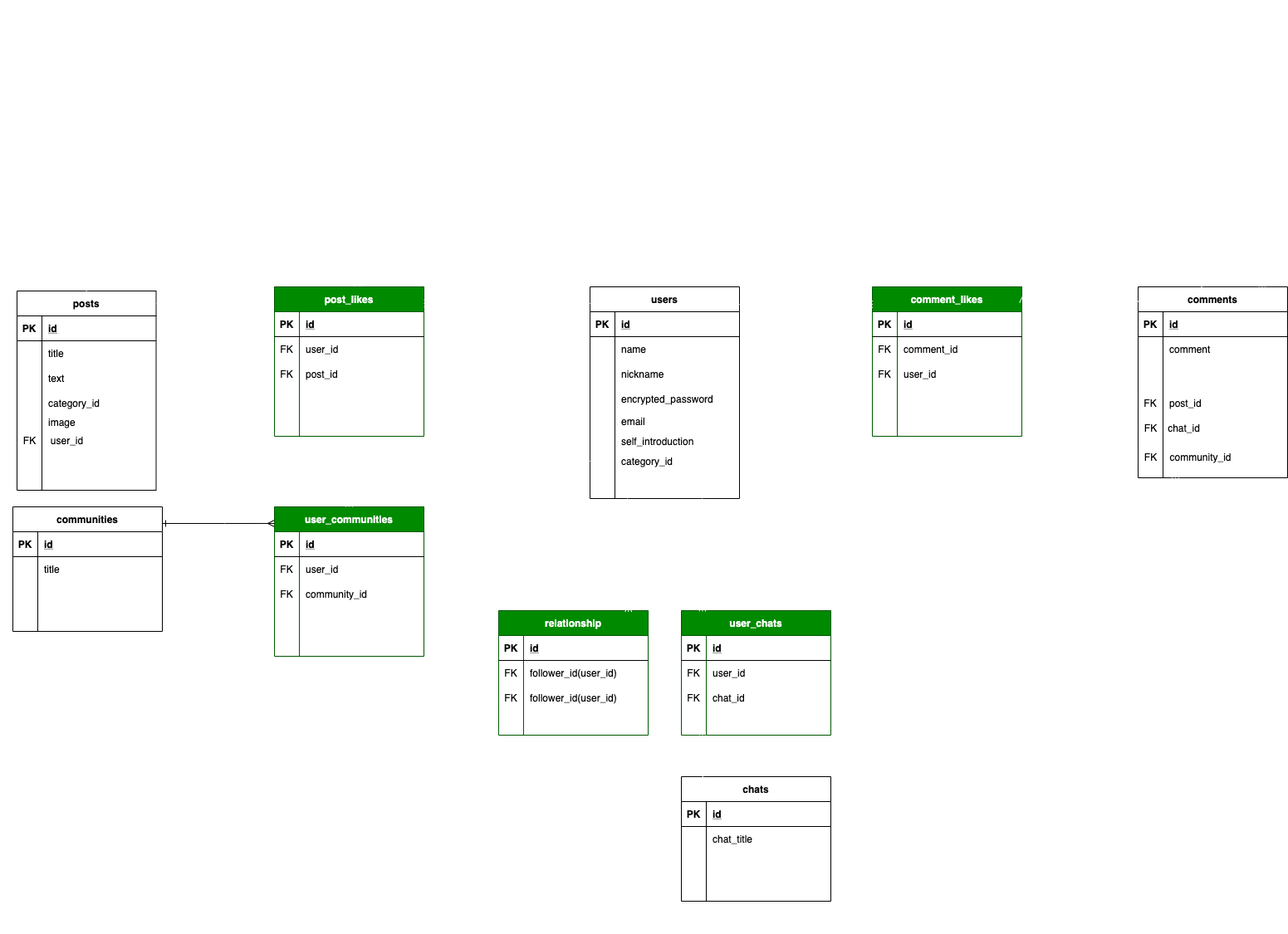
Above: app/space.drawio.png in Tsutomu-sasaki1/space777 (draw.io), before the change. Source tidied: cells renumbered, new cells last; positions are measured from the earlier drawing's top-left corner, leaving out a move shared by most shapes.
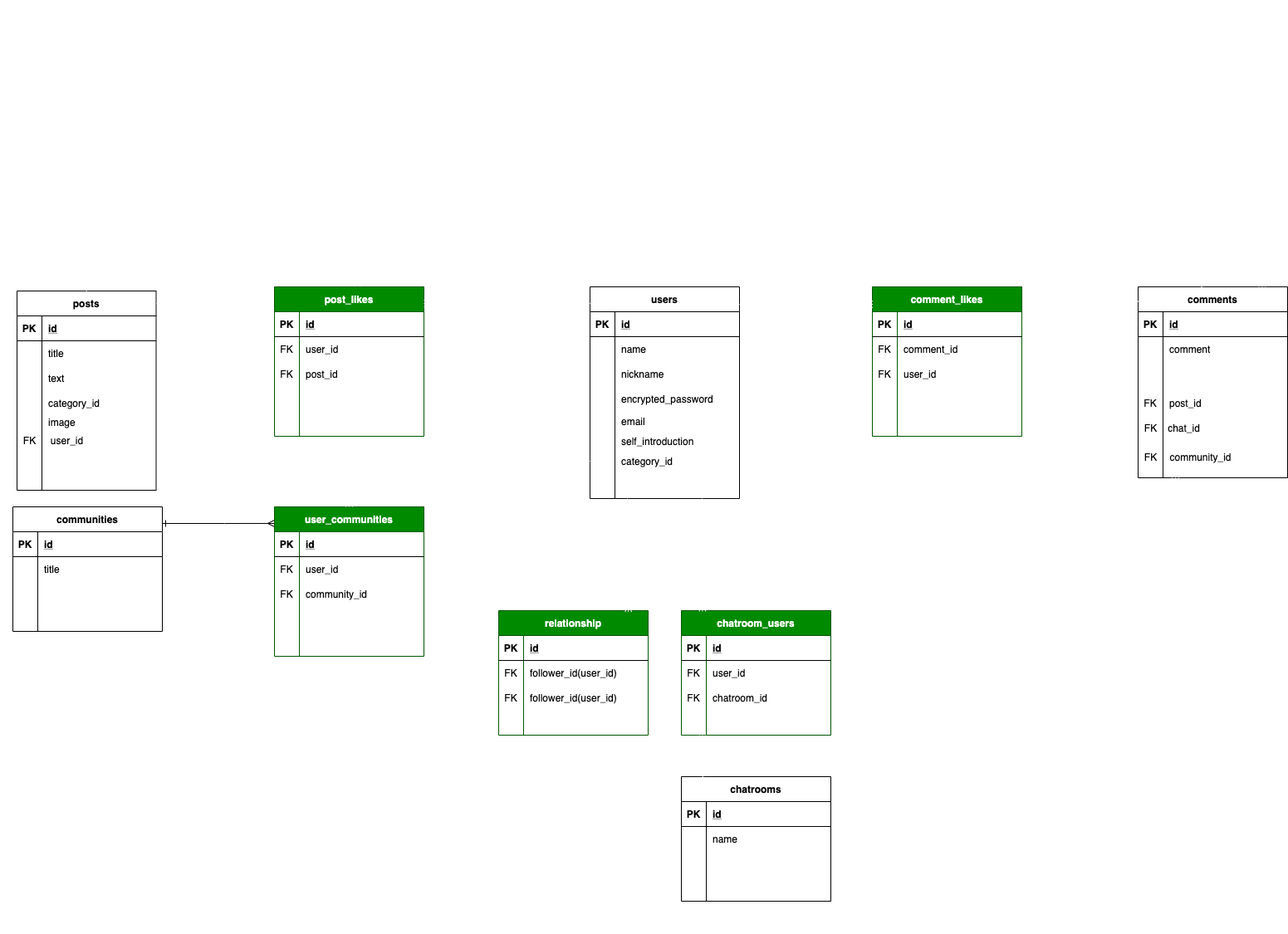
After the change.

The edit, as a diff of the source:
```diff
@@ -8,7 +8,7 @@
     <mxCell id="3" style="edgeStyle=entityRelationEdgeStyle;rounded=0;jettySize=auto;html=1;exitX=1.001;exitY=0.096;exitDx=0;exitDy=0;entryX=0;entryY=0.5;entryDx=0;entryDy=0;startArrow=ERone;startFill=0;endArrow=ERmany;endFill=0;strokeColor=#FFFFFF;strokeWidth=1;exitPerimeter=0;" parent="1" edge="1" source="4" target="28">
       <mxGeometry relative="1" as="geometry" />
     </mxCell>
-    <mxCell id="4" value="chats" style="shape=table;startSize=30;rowLines=0;fontStyle=1;align=center;" parent="1" vertex="1">
+    <mxCell id="4" value="chatrooms" style="shape=table;startSize=30;rowLines=0;fontStyle=1;align=center;" parent="1" vertex="1">
       <mxGeometry x="820" y="1060" width="180" height="150" as="geometry" />
     </mxCell>
     <mxCell id="5" style="shape=partialRectangle;fillColor=none;top=0;left=0;bottom=1;right=0;" parent="4" vertex="1">
@@ -26,7 +26,7 @@
     <mxCell id="9" style="shape=partialRectangle;fillColor=none;top=0;left=0;bottom=0;right=0;overflow=hidden;" parent="8" vertex="1">
       <mxGeometry width="30" height="30" as="geometry" />
     </mxCell>
-    <mxCell id="10" value="chat_title" style="shape=partialRectangle;fillColor=none;top=0;left=0;bottom=0;right=0;align=left;spacingLeft=6;overflow=hidden;" parent="8" vertex="1">
+    <mxCell id="10" value="name" style="shape=partialRectangle;fillColor=none;top=0;left=0;bottom=0;right=0;align=left;spacingLeft=6;overflow=hidden;" parent="8" vertex="1">
       <mxGeometry x="30" width="150" height="30" as="geometry" />
     </mxCell>
     <mxCell id="11" style="shape=partialRectangle;fillColor=none;top=0;left=0;bottom=0;right=0;" parent="4" vertex="1">
@@ -361,7 +361,7 @@
         </Array>
       </mxGeometry>
     </mxCell>
-    <mxCell id="117" value="user_chats" style="shape=table;startSize=30;rowLines=0;fontStyle=1;align=center;fillColor=#008a00;strokeColor=#005700;fontColor=#ffffff;" parent="1" vertex="1">
+    <mxCell id="117" value="chatroom_users" style="shape=table;startSize=30;rowLines=0;fontStyle=1;align=center;fillColor=#008a00;strokeColor=#005700;fontColor=#ffffff;" parent="1" vertex="1">
       <mxGeometry x="820" y="860" width="180" height="150" as="geometry" />
     </mxCell>
     <mxCell id="118" style="shape=partialRectangle;fillColor=none;top=0;left=0;bottom=1;right=0;" parent="117" vertex="1">
@@ -388,7 +388,7 @@
     <mxCell id="125" value="FK" style="shape=partialRectangle;fillColor=none;top=0;left=0;bottom=0;right=0;overflow=hidden;" parent="124" vertex="1">
       <mxGeometry width="30" height="30" as="geometry" />
     </mxCell>
-    <mxCell id="126" value="chat_id" style="shape=partialRectangle;fillColor=none;top=0;left=0;bottom=0;right=0;align=left;spacingLeft=6;overflow=hidden;" parent="124" vertex="1">
+    <mxCell id="126" value="chatroom_id" style="shape=partialRectangle;fillColor=none;top=0;left=0;bottom=0;right=0;align=left;spacingLeft=6;overflow=hidden;" parent="124" vertex="1">
       <mxGeometry x="30" width="150" height="30" as="geometry" />
     </mxCell>
     <mxCell id="127" style="shape=partialRectangle;fillColor=none;top=0;left=0;bottom=0;right=0;points=[[0,0.5],[1,0.5]];portConstraint=eastwest;" parent="117" vertex="1">
```
